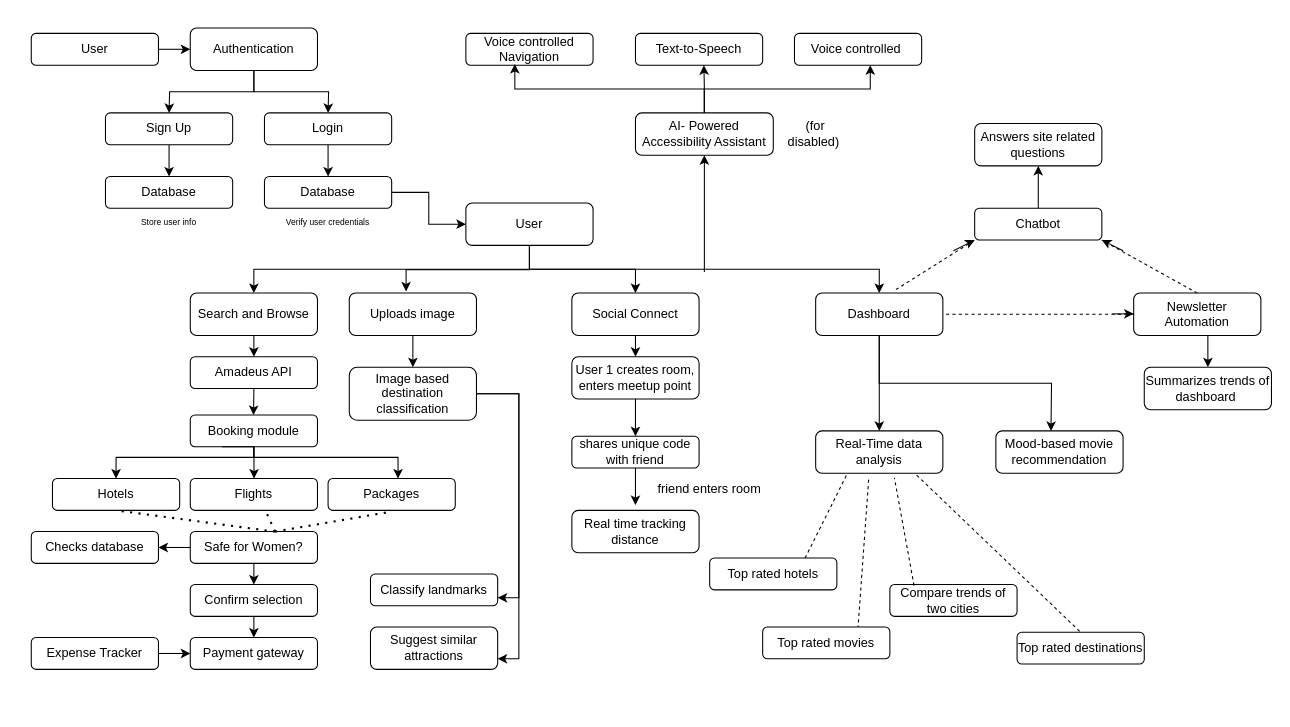
Earlier version of the draw.io diagram Untitled Diagram.drawio (ShaliniKashyap717/Travel_Website). Source tidied: cells renumbered, new cells numbered last; positions are measured from the earlier drawing's top-left corner, leaving out a move shared by most shapes. Both pictures are drawn from the tidied source at 106%, with x=0, y=0 at pixel (31, 28).
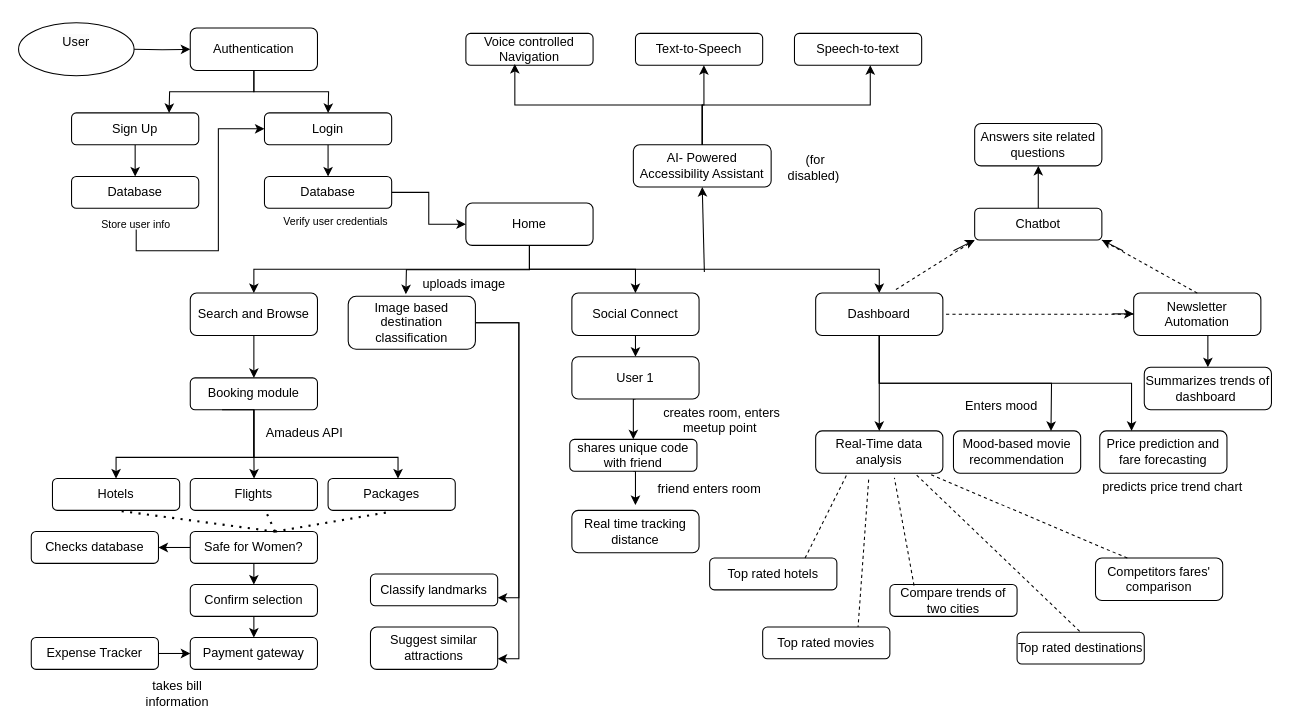
After the change.

Unchanged cells that the change refers to:
```xml
<mxCell id="7" value="Dashboard" style="rounded=1;whiteSpace=wrap;html=1;fontSize=12;glass=0;strokeWidth=1;shadow=0;" parent="1" vertex="1">
  <mxGeometry x="740" y="250" width="120" height="40" as="geometry" />
</mxCell>
<mxCell id="9" value="Search and Browse" style="rounded=1;whiteSpace=wrap;html=1;fontSize=12;glass=0;strokeWidth=1;shadow=0;" parent="1" vertex="1">
  <mxGeometry x="150" y="250" width="120" height="40" as="geometry" />
</mxCell>
<mxCell id="37" value="Authentication" style="rounded=1;whiteSpace=wrap;html=1;fontSize=12;glass=0;strokeWidth=1;shadow=0;" parent="1" vertex="1">
  <mxGeometry x="150" width="120" height="40" as="geometry" />
</mxCell>
<mxCell id="41" value="Login" style="rounded=1;whiteSpace=wrap;html=1;" parent="1" vertex="1">
  <mxGeometry x="220" y="80" width="120" height="30" as="geometry" />
</mxCell>
<mxCell id="63" value="Hotels" style="rounded=1;whiteSpace=wrap;html=1;fontSize=12;glass=0;strokeWidth=1;shadow=0;" parent="1" vertex="1">
  <mxGeometry x="20" y="425" width="120" height="30" as="geometry" />
</mxCell>
```

What changed in the source:
```diff
@@
+    <mxCell id="96" style="edgeStyle=orthogonalEdgeStyle;rounded=0;jettySize=auto;html=1;exitX=0.5;exitY=1;exitDx=0;exitDy=0;" parent="1" edge="1" source="5">
+      <mxGeometry relative="1" as="geometry">
+        <mxPoint x="353.4" y="251" as="targetPoint" />
+      </mxGeometry>
+    </mxCell>
-    <mxCell id="5" value="User" style="rounded=1;whiteSpace=wrap;html=1;fontSize=12;glass=0;strokeWidth=1;shadow=0;" parent="1" vertex="1">
+    <mxCell id="5" value="Home" style="rounded=1;whiteSpace=wrap;html=1;fontSize=12;glass=0;strokeWidth=1;shadow=0;" parent="1" vertex="1">
       <mxGeometry x="410" y="165" width="120" height="40" as="geometry" />
     </mxCell>
@@
+    <mxCell id="97" style="edgeStyle=orthogonalEdgeStyle;rounded=0;jettySize=auto;html=1;exitX=0.5;exitY=1;exitDx=0;exitDy=0;entryX=0.25;entryY=0;entryDx=0;entryDy=0;" parent="1" edge="1" source="7" target="105">
+      <mxGeometry relative="1" as="geometry" />
+    </mxCell>
@@
-    <mxCell id="8" style="edgeStyle=orthogonalEdgeStyle;rounded=0;jettySize=auto;html=1;exitX=0.5;exitY=1;exitDx=0;exitDy=0;entryX=0.5;entryY=0;entryDx=0;entryDy=0;" parent="1" edge="1" source="9" target="77">
-      <mxGeometry relative="1" as="geometry" />
-    </mxCell>
+    <mxCell id="98" style="edgeStyle=orthogonalEdgeStyle;rounded=0;jettySize=auto;html=1;exitX=0.5;exitY=1;exitDx=0;exitDy=0;entryX=0.5;entryY=0;entryDx=0;entryDy=0;" parent="1" edge="1" source="9" target="60">
+      <mxGeometry relative="1" as="geometry" />
+    </mxCell>
@@
+    <mxCell id="99" style="edgeStyle=orthogonalEdgeStyle;rounded=0;jettySize=auto;html=1;exitX=0.5;exitY=1;exitDx=0;exitDy=0;entryX=0;entryY=0.5;entryDx=0;entryDy=0;" parent="1" edge="1" source="30" target="41">
+      <mxGeometry relative="1" as="geometry" />
+    </mxCell>
-    <mxCell id="30" value="&lt;font style=&quot;font-size: 8px;&quot;&gt;Store user info&lt;/font&gt;" style="text;html=1;align=center;verticalAlign=middle;whiteSpace=wrap;rounded=0;fontSize=10;" parent="1" vertex="1">
-      <mxGeometry x="95" y="177" width="70" height="10" as="geometry" />
+    <mxCell id="30" value="&lt;font style=&quot;font-size: 10px;&quot;&gt;Store user info&lt;/font&gt;" style="text;html=1;align=center;verticalAlign=middle;whiteSpace=wrap;rounded=0;fontSize=10;" parent="1" vertex="1">
+      <mxGeometry x="65" y="180" width="68" height="10" as="geometry" />
     </mxCell>
-    <mxCell id="31" value="&lt;font style=&quot;font-size: 8px;&quot;&gt;Verify user credentials&lt;/font&gt;" style="text;html=1;align=center;verticalAlign=middle;whiteSpace=wrap;rounded=0;fontSize=10;" parent="1" vertex="1">
-      <mxGeometry x="235" y="177" width="90" height="10" as="geometry" />
+    <mxCell id="31" value="&lt;font style=&quot;font-size: 10px;&quot;&gt;Verify user credentials&lt;/font&gt;" style="text;html=1;align=center;verticalAlign=middle;whiteSpace=wrap;rounded=0;fontSize=10;" parent="1" vertex="1">
+      <mxGeometry x="235" y="177" width="105" height="10" as="geometry" />
     </mxCell>
@@
     <mxCell id="39" value="Sign Up" style="rounded=1;whiteSpace=wrap;html=1;" parent="1" vertex="1">
-      <mxGeometry x="70" y="80" width="120" height="30" as="geometry" />
+      <mxGeometry x="38" y="80" width="120" height="30" as="geometry" />
     </mxCell>
@@
     <mxCell id="42" value="Database" style="rounded=1;whiteSpace=wrap;html=1;" parent="1" vertex="1">
-      <mxGeometry x="70" y="140" width="120" height="30" as="geometry" />
+      <mxGeometry x="38" y="140" width="120" height="30" as="geometry" />
     </mxCell>
@@
-    <mxCell id="45" style="edgeStyle=orthogonalEdgeStyle;rounded=0;jettySize=auto;html=1;exitX=1;exitY=0.5;exitDx=0;exitDy=0;entryX=0;entryY=0.5;entryDx=0;entryDy=0;" parent="1" edge="1" source="46" target="37">
-      <mxGeometry relative="1" as="geometry" />
+    <mxCell id="45" style="edgeStyle=orthogonalEdgeStyle;rounded=0;jettySize=auto;html=1;exitX=1;exitY=0.5;exitDx=0;exitDy=0;entryX=0;entryY=0.5;entryDx=0;entryDy=0;" parent="1" edge="1" target="37">
+      <mxGeometry relative="1" as="geometry">
+        <mxPoint x="96" y="20" as="sourcePoint" />
+      </mxGeometry>
     </mxCell>
-    <mxCell id="46" value="User" style="rounded=1;whiteSpace=wrap;html=1;" parent="1" vertex="1">
-      <mxGeometry y="5" width="120" height="30" as="geometry" />
-    </mxCell>
-    <mxCell id="47" style="edgeStyle=orthogonalEdgeStyle;rounded=0;jettySize=auto;html=1;exitX=0.5;exitY=1;exitDx=0;exitDy=0;entryX=0.447;entryY=-0.052;entryDx=0;entryDy=0;entryPerimeter=0;" parent="1" edge="1" source="5">
-      <mxGeometry relative="1" as="geometry">
-        <mxPoint x="353.6" y="248.4" as="targetPoint" />
-        <Array as="points">
-          <mxPoint x="470" y="228" />
-          <mxPoint x="354" y="228" />
-        </Array>
-      </mxGeometry>
-    </mxCell>
     <mxCell id="48" value="AI- Powered Accessibility Assistant" style="rounded=1;whiteSpace=wrap;html=1;" parent="1" vertex="1">
-      <mxGeometry x="570" y="80" width="130" height="40" as="geometry" />
+      <mxGeometry x="568" y="110" width="130" height="40" as="geometry" />
     </mxCell>
@@
-    <mxCell id="51" value="Voice controlled&amp;nbsp;" style="rounded=1;whiteSpace=wrap;html=1;" parent="1" vertex="1">
+    <mxCell id="51" value="Speech-to-text" style="rounded=1;whiteSpace=wrap;html=1;" parent="1" vertex="1">
       <mxGeometry x="720" y="5" width="120" height="30" as="geometry" />
     </mxCell>
@@
     <mxCell id="55" value="(for disabled)&amp;nbsp;" style="text;html=1;align=center;verticalAlign=middle;whiteSpace=wrap;rounded=0;" parent="1" vertex="1">
-      <mxGeometry x="710" y="85" width="60" height="30" as="geometry" />
+      <mxGeometry x="710" y="117" width="60" height="30" as="geometry" />
     </mxCell>
@@
-    <mxCell id="58" style="edgeStyle=orthogonalEdgeStyle;rounded=0;jettySize=auto;html=1;exitX=0.5;exitY=1;exitDx=0;exitDy=0;" parent="1" edge="1" source="77">
-      <mxGeometry relative="1" as="geometry">
-        <mxPoint x="209.7" y="365" as="targetPoint" />
-      </mxGeometry>
-    </mxCell>
@@
     <mxCell id="60" value="Booking module" style="rounded=1;whiteSpace=wrap;html=1;fontSize=12;glass=0;strokeWidth=1;shadow=0;" parent="1" vertex="1">
-      <mxGeometry x="150" y="365" width="120" height="30" as="geometry" />
+      <mxGeometry x="150" y="330" width="120" height="30" as="geometry" />
     </mxCell>
@@
     <mxCell id="62" style="edgeStyle=orthogonalEdgeStyle;rounded=0;jettySize=auto;html=1;exitX=0.25;exitY=1;exitDx=0;exitDy=0;" parent="1" edge="1" source="60" target="63">
       <mxGeometry relative="1" as="geometry">
         <Array as="points">
-          <mxPoint x="210" y="395" />
+          <mxPoint x="210" y="360" />
           <mxPoint x="210" y="405" />
+          <mxPoint x="80" y="405" />
         </Array>
       </mxGeometry>
     </mxCell>
@@
-    <mxCell id="76" style="edgeStyle=orthogonalEdgeStyle;rounded=0;jettySize=auto;html=1;exitX=0.5;exitY=1;exitDx=0;exitDy=0;" parent="1" edge="1" target="77">
-      <mxGeometry relative="1" as="geometry">
-        <mxPoint x="210" y="335" as="sourcePoint" />
-      </mxGeometry>
-    </mxCell>
-    <mxCell id="77" value="Amadeus API" style="rounded=1;whiteSpace=wrap;html=1;fontSize=12;glass=0;strokeWidth=1;shadow=0;" parent="1" vertex="1">
-      <mxGeometry x="150" y="310" width="120" height="30" as="geometry" />
-    </mxCell>
-    <mxCell id="78" style="edgeStyle=orthogonalEdgeStyle;rounded=0;jettySize=auto;html=1;exitX=0.5;exitY=1;exitDx=0;exitDy=0;entryX=0.5;entryY=0;entryDx=0;entryDy=0;" parent="1" edge="1" source="79" target="82">
-      <mxGeometry relative="1" as="geometry" />
-    </mxCell>
-    <mxCell id="79" value="Uploads image" style="rounded=1;whiteSpace=wrap;html=1;" parent="1" vertex="1">
-      <mxGeometry x="300" y="250" width="120" height="40" as="geometry" />
-    </mxCell>
@@
     <mxCell id="82" value="Image based destination classification" style="rounded=1;whiteSpace=wrap;html=1;" parent="1" vertex="1">
-      <mxGeometry x="300" y="320" width="120" height="50" as="geometry" />
+      <mxGeometry x="299" y="253" width="120" height="50" as="geometry" />
     </mxCell>
@@
-    <mxCell id="89" value="User 1 creates room, enters meetup point" style="rounded=1;whiteSpace=wrap;html=1;fontSize=12;glass=0;strokeWidth=1;shadow=0;" parent="1" vertex="1">
+    <mxCell id="89" value="User 1" style="rounded=1;whiteSpace=wrap;html=1;fontSize=12;glass=0;strokeWidth=1;shadow=0;" parent="1" vertex="1">
       <mxGeometry x="510" y="310" width="120" height="40" as="geometry" />
     </mxCell>
@@
     <mxCell id="91" value="shares unique code with friend" style="rounded=1;whiteSpace=wrap;html=1;fontSize=12;glass=0;strokeWidth=1;shadow=0;" parent="1" vertex="1">
-      <mxGeometry x="510" y="385" width="120" height="30" as="geometry" />
+      <mxGeometry x="508" y="388" width="120" height="30" as="geometry" />
     </mxCell>
@@
     <mxCell id="94" value="Mood-based movie recommendation" style="rounded=1;whiteSpace=wrap;html=1;fontSize=12;glass=0;strokeWidth=1;shadow=0;" parent="1" vertex="1">
-      <mxGeometry x="910" y="380" width="120" height="40" as="geometry" />
+      <mxGeometry x="870" y="380" width="120" height="40" as="geometry" />
     </mxCell>
@@
+    <mxCell id="100" value="uploads image" style="text;html=1;align=center;verticalAlign=middle;whiteSpace=wrap;rounded=0;" parent="1" vertex="1">
+      <mxGeometry x="362" y="227" width="93" height="30" as="geometry" />
+    </mxCell>
+    <mxCell id="77" value="Amadeus API" style="text;html=1;align=center;verticalAlign=middle;whiteSpace=wrap;rounded=0;" parent="1" vertex="1">
+      <mxGeometry x="217" y="367" width="82" height="30" as="geometry" />
+    </mxCell>
+    <mxCell id="101" value="takes bill information" style="text;html=1;align=center;verticalAlign=middle;whiteSpace=wrap;rounded=0;" parent="1" vertex="1">
+      <mxGeometry x="108" y="613" width="60" height="30" as="geometry" />
+    </mxCell>
+    <mxCell id="102" value="&amp;nbsp;creates room, enters meetup point" style="text;html=1;align=center;verticalAlign=middle;whiteSpace=wrap;rounded=0;" parent="1" vertex="1">
+      <mxGeometry x="587" y="355" width="126" height="30" as="geometry" />
+    </mxCell>
+    <mxCell id="103" value="Competitors fares' comparison" style="rounded=1;whiteSpace=wrap;html=1;fontSize=12;glass=0;strokeWidth=1;shadow=0;" parent="1" vertex="1">
+      <mxGeometry x="1004" y="500" width="120" height="40" as="geometry" />
+    </mxCell>
+    <mxCell id="104" style="endArrow=none;dashed=1;html=1;rounded=0;exitX=0.25;exitY=0;exitDx=0;exitDy=0;" parent="1" edge="1" source="103">
+      <mxGeometry relative="1" as="geometry">
+        <mxPoint x="848" y="421" as="targetPoint" />
+      </mxGeometry>
+    </mxCell>
+    <mxCell id="105" value="Price prediction and fare forecasting" style="rounded=1;whiteSpace=wrap;html=1;fontSize=12;glass=0;strokeWidth=1;shadow=0;" parent="1" vertex="1">
+      <mxGeometry x="1008" y="380" width="120" height="40" as="geometry" />
+    </mxCell>
+    <mxCell id="46" value="&#10;&lt;span style=&quot;color: rgb(0, 0, 0); font-family: Helvetica; font-size: 12px; font-style: normal; font-variant-ligatures: normal; font-variant-caps: normal; font-weight: 400; letter-spacing: normal; orphans: 2; text-align: center; text-indent: 0px; text-transform: none; widows: 2; word-spacing: 0px; -webkit-text-stroke-width: 0px; white-space: normal; background-color: rgb(251, 251, 251); text-decoration-thickness: initial; text-decoration-style: initial; text-decoration-color: initial; display: inline !important; float: none;&quot;&gt;User&lt;/span&gt;&#10;&#10;" style="ellipse;whiteSpace=wrap;html=1;" parent="1" vertex="1">
+      <mxGeometry x="-12" y="-5" width="109" height="50" as="geometry" />
+    </mxCell>
+    <mxCell id="106" value="predicts price trend chart&amp;nbsp;" style="text;html=1;align=center;verticalAlign=middle;whiteSpace=wrap;rounded=0;" parent="1" vertex="1">
+      <mxGeometry x="990" y="418" width="177" height="30" as="geometry" />
+    </mxCell>
+    <mxCell id="107" value="Enters mood" style="text;html=1;align=center;verticalAlign=middle;whiteSpace=wrap;rounded=0;" parent="1" vertex="1">
+      <mxGeometry x="870" y="342" width="91" height="30" as="geometry" />
+    </mxCell>
```
